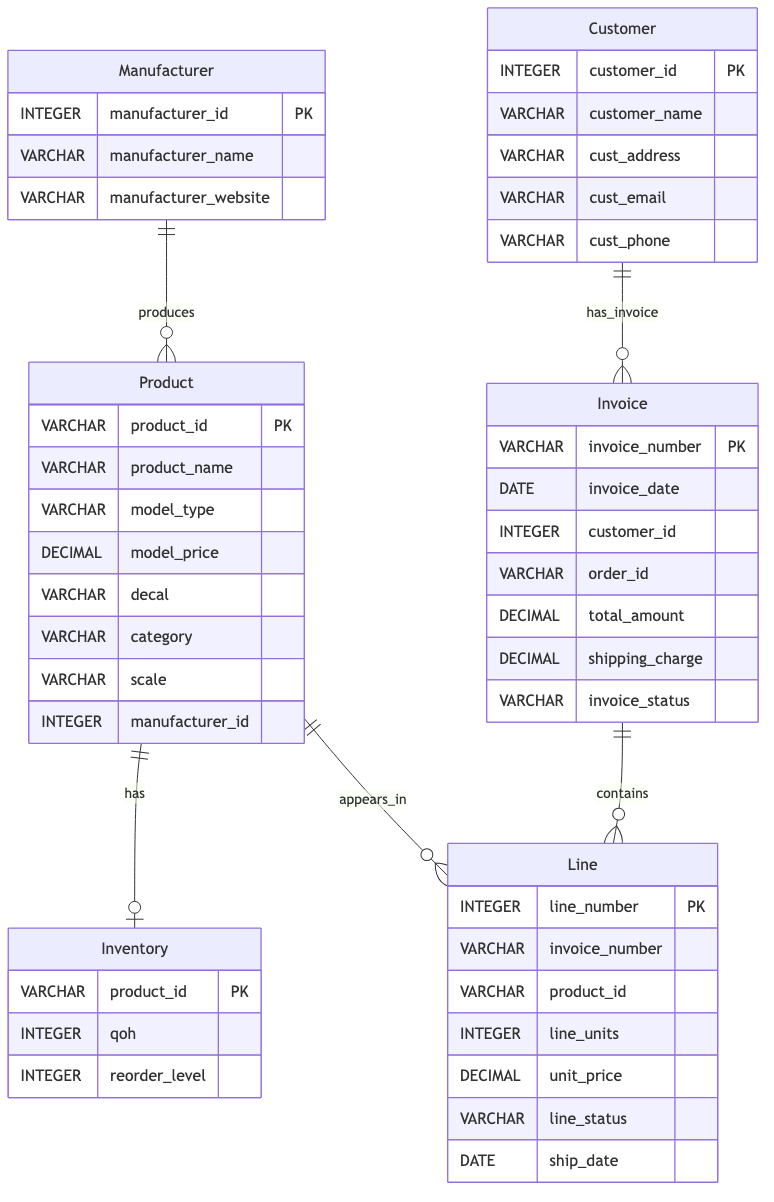
The Mermaid diagram RC_model.png in tmukund2-coder/ERD, before a commit. Its source is kept beside it as RC_model.mmd. The source it was exported from:
```mermaid
erDiagram
  Manufacturer {
    INTEGER manufacturer_id PK
    VARCHAR manufacturer_name
    VARCHAR manufacturer_website
  }

  Product {
    VARCHAR product_id PK
    VARCHAR product_name
    VARCHAR model_type
    DECIMAL model_price
    VARCHAR decal
    VARCHAR category
    VARCHAR scale
    INTEGER manufacturer_id
  }

  Inventory {
    VARCHAR product_id PK
    INTEGER qoh
    INTEGER reorder_level
  }

  Customer {
    INTEGER customer_id PK
    VARCHAR customer_name
    VARCHAR cust_address
    VARCHAR cust_email
    VARCHAR cust_phone
  }

  Invoice {
    VARCHAR invoice_number PK
    DATE invoice_date
    INTEGER customer_id
    VARCHAR order_id
    DECIMAL total_amount
    DECIMAL shipping_charge
    VARCHAR invoice_status
  }

  Line {
    INTEGER line_number PK
    VARCHAR invoice_number
    VARCHAR product_id
    INTEGER line_units
    DECIMAL unit_price
    VARCHAR line_status
    DATE ship_date
  }

  Manufacturer ||--o{ Product : produces
  Product ||--o| Inventory : has
  Customer ||--o{ Invoice : "has_invoice"
  Invoice ||--o{ Line : contains
  Product ||--o{ Line : "appears_in"
```
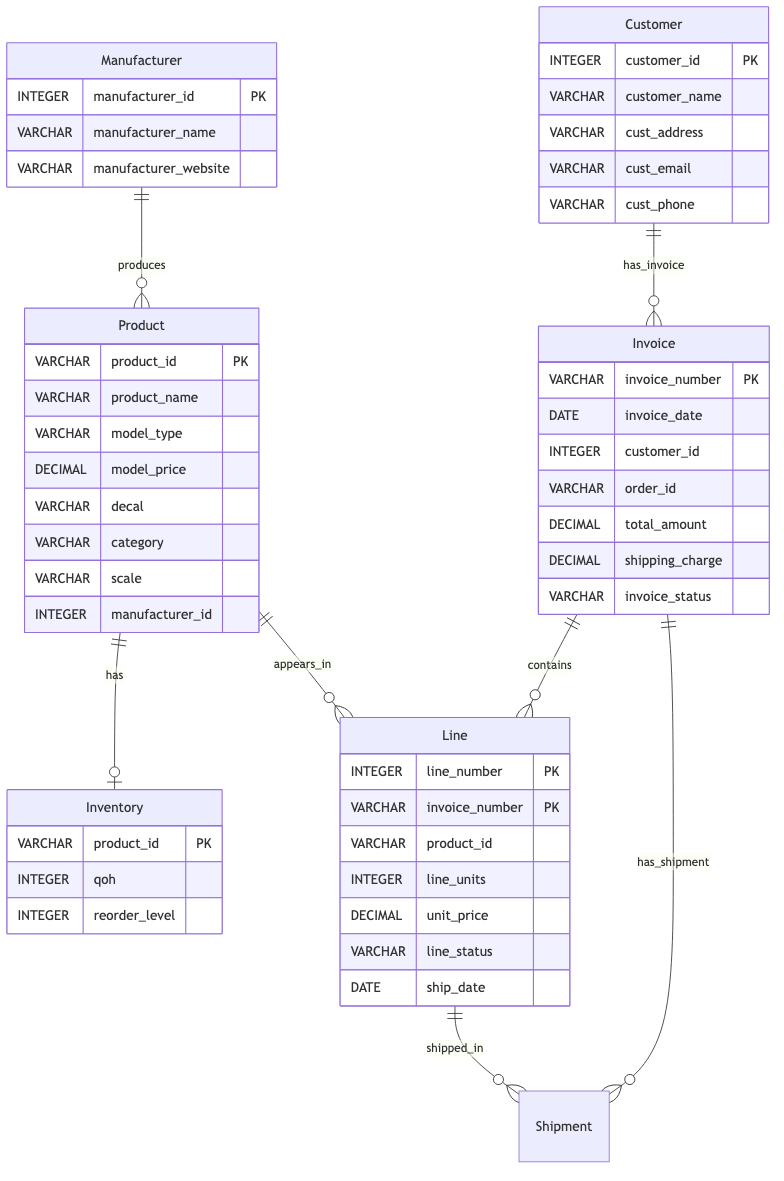
Above is the later version.

Commit message:
Update RC_model to reflect shipment & composite Line PK; regenerate diagram and viewer

Change to the diagram source:
```diff
@@ -42,7 +42,7 @@
 
   Line {
     INTEGER line_number PK
-    VARCHAR invoice_number
+    VARCHAR invoice_number PK
     VARCHAR product_id
     INTEGER line_units
     DECIMAL unit_price
@@ -55,3 +55,5 @@
   Customer ||--o{ Invoice : "has_invoice"
   Invoice ||--o{ Line : contains
   Product ||--o{ Line : "appears_in"
+  Line ||--o{ Shipment : "shipped_in"
+  Invoice ||--o{ Shipment : "has_shipment"
```
